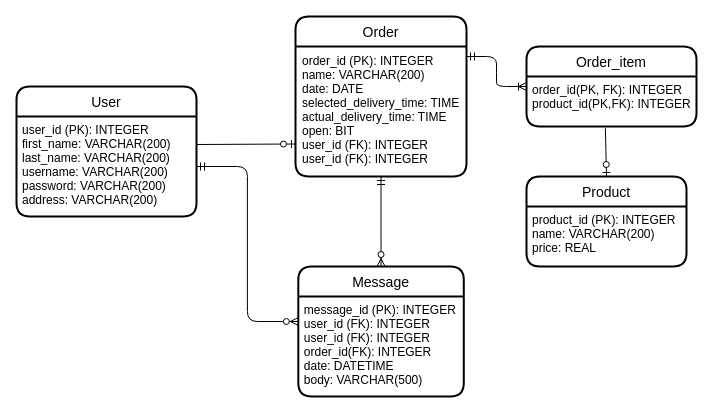
This is doc/erd.drawio from semnijenhuis/TakeAwayMessenger, a draw.io file, before an edit. Source tidied: cells renumbered, new cells numbered last; positions are measured from the earlier drawing's top-left corner, leaving out a move shared by most shapes. Both pictures are drawn from the tidied source at 100%, with x=0, y=0 at pixel (16, 16).
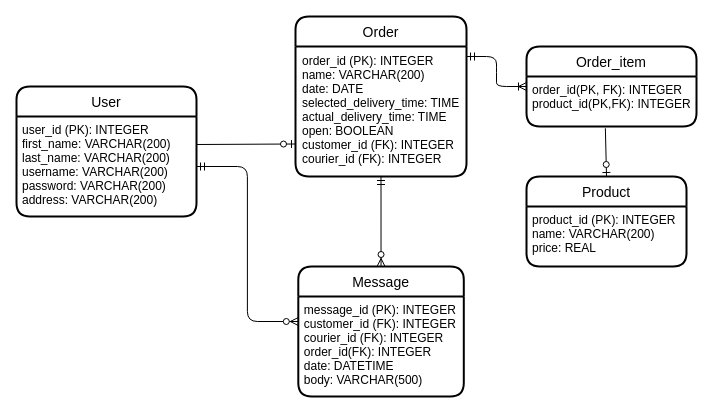
The same page after the edit.

Diff of the diagram source:
```diff
@@
 <mxGraphModel>
   <root>
     <mxCell id="0" />
     <mxCell id="1" parent="0" />
     <mxCell id="2" value="Order" style="swimlane;horizontal=1;startSize=30;rounded=1;fontSize=14;fontStyle=0;strokeWidth=2;shadow=0;dashed=0;align=center;" parent="1" vertex="1">
       <mxGeometry x="279" width="171" height="160" as="geometry" />
     </mxCell>
-    <mxCell id="3" value="order_id (PK): INTEGER&#10;name: VARCHAR(200)&#10;date: DATE&#10;selected_delivery_time: TIME&#10;actual_delivery_time: TIME&#10;open: BIT&#10;user_id (FK): INTEGER&#10;user_id (FK): INTEGER" style="align=left;strokeColor=none;fillColor=none;spacingLeft=4;fontSize=12;verticalAlign=top;spacing=3;" parent="2" vertex="1">
+    <mxCell id="3" value="order_id (PK): INTEGER&#10;name: VARCHAR(200)&#10;date: DATE&#10;selected_delivery_time: TIME&#10;actual_delivery_time: TIME&#10;open: BOOLEAN&#10;customer_id (FK): INTEGER&#10;courier_id (FK): INTEGER" style="align=left;strokeColor=none;fillColor=none;spacingLeft=4;fontSize=12;verticalAlign=top;spacing=3;" parent="2" vertex="1">
       <mxGeometry y="30" width="171" height="130" as="geometry" />
     </mxCell>
     <mxCell id="4" value="Product" style="swimlane;horizontal=1;startSize=30;rounded=1;fontSize=14;fontStyle=0;strokeWidth=2;shadow=0;dashed=0;align=center;" parent="1" vertex="1">
       <mxGeometry x="510" y="160" width="160" height="90" as="geometry" />
     </mxCell>
     <mxCell id="5" value="product_id (PK): INTEGER&#10;name: VARCHAR(200)&#10;price: REAL&#10;" style="align=left;strokeColor=none;fillColor=none;spacingLeft=4;fontSize=12;verticalAlign=top;" parent="4" vertex="1">
       <mxGeometry y="30" width="160" height="60" as="geometry" />
     </mxCell>
     <mxCell id="6" value="Order_item" style="swimlane;horizontal=1;startSize=30;rounded=1;fontSize=14;fontStyle=0;strokeWidth=2;shadow=0;dashed=0;align=center;" parent="1" vertex="1">
       <mxGeometry x="510" y="30" width="170" height="80" as="geometry" />
     </mxCell>
     <mxCell id="7" value="order_id(PK, FK): INTEGER&#10;product_id(PK,FK): INTEGER" style="align=left;strokeColor=none;fillColor=none;spacingLeft=4;fontSize=12;verticalAlign=top;" parent="6" vertex="1">
       <mxGeometry y="30" width="170" height="50" as="geometry" />
     </mxCell>
     <mxCell id="8" style="fontSize=12;html=1;endArrow=ERzeroToOne;endFill=1;entryX=0;entryY=0.75;entryDx=0;entryDy=0;" parent="1" edge="1" target="3">
       <mxGeometry relative="1" as="geometry">
         <mxPoint x="180" y="128" as="sourcePoint" />
       </mxGeometry>
     </mxCell>
     <mxCell id="9" style="edgeStyle=entityRelationEdgeStyle;fontSize=12;html=1;endArrow=ERoneToMany;startArrow=ERmandOne;exitX=1;exitY=0.077;exitDx=0;exitDy=0;entryX=0;entryY=0.5;entryDx=0;entryDy=0;exitPerimeter=0;" parent="1" edge="1" source="3" target="6">
       <mxGeometry relative="1" as="geometry" />
     </mxCell>
     <mxCell id="10" style="fontSize=12;html=1;endArrow=ERzeroToOne;endFill=1;exitX=0.464;exitY=1.036;exitDx=0;exitDy=0;exitPerimeter=0;entryX=0.5;entryY=0;entryDx=0;entryDy=0;" parent="1" edge="1" source="7" target="4">
       <mxGeometry relative="1" as="geometry" />
     </mxCell>
     <mxCell id="11" value="User" style="swimlane;horizontal=1;startSize=30;rounded=1;fontSize=14;fontStyle=0;strokeWidth=2;shadow=0;dashed=0;align=center;" parent="1" vertex="1">
       <mxGeometry y="70" width="180" height="130" as="geometry" />
     </mxCell>
     <mxCell id="12" value="user_id (PK): INTEGER&#10;first_name: VARCHAR(200)&#10;last_name: VARCHAR(200)&#10;username: VARCHAR(200)&#10;password: VARCHAR(200)&#10;address: VARCHAR(200)" style="align=left;strokeColor=none;fillColor=none;spacingLeft=4;fontSize=12;verticalAlign=top;" parent="11" vertex="1">
       <mxGeometry y="30" width="180" height="100" as="geometry" />
     </mxCell>
     <mxCell id="13" style="edgeStyle=orthogonalEdgeStyle;fontSize=12;html=1;endArrow=ERzeroToMany;startArrow=ERmandOne;exitX=1;exitY=0.5;exitDx=0;exitDy=0;entryX=0;entryY=0.25;entryDx=0;entryDy=0;" parent="1" edge="1" source="12" target="16">
       <mxGeometry relative="1" as="geometry" />
     </mxCell>
     <mxCell id="14" style="fontSize=12;html=1;endArrow=ERzeroToMany;startArrow=ERmandOne;exitX=0.5;exitY=1;exitDx=0;exitDy=0;entryX=0.5;entryY=0;entryDx=0;entryDy=0;" parent="1" edge="1" source="3" target="15">
       <mxGeometry relative="1" as="geometry" />
     </mxCell>
     <mxCell id="15" value="Message" style="swimlane;horizontal=1;startSize=30;rounded=1;fontSize=14;fontStyle=0;strokeWidth=2;shadow=0;dashed=0;align=center;" parent="1" vertex="1">
       <mxGeometry x="281.8" y="250" width="165.5" height="130" as="geometry" />
     </mxCell>
-    <mxCell id="16" value="message_id (PK): INTEGER&#10;user_id (FK): INTEGER&#10;user_id (FK): INTEGER&#10;order_id(FK): INTEGER&#10;date: DATETIME&#10;body: VARCHAR(500)" style="align=left;strokeColor=none;fillColor=none;spacingLeft=4;fontSize=12;verticalAlign=top;" parent="15" vertex="1">
+    <mxCell id="16" value="message_id (PK): INTEGER&#10;customer_id (FK): INTEGER&#10;courier_id (FK): INTEGER&#10;order_id(FK): INTEGER&#10;date: DATETIME&#10;body: VARCHAR(500)" style="align=left;strokeColor=none;fillColor=none;spacingLeft=4;fontSize=12;verticalAlign=top;" parent="15" vertex="1">
       <mxGeometry y="30" width="165.5" height="100" as="geometry" />
     </mxCell>
   </root>
 </mxGraphModel>
```
